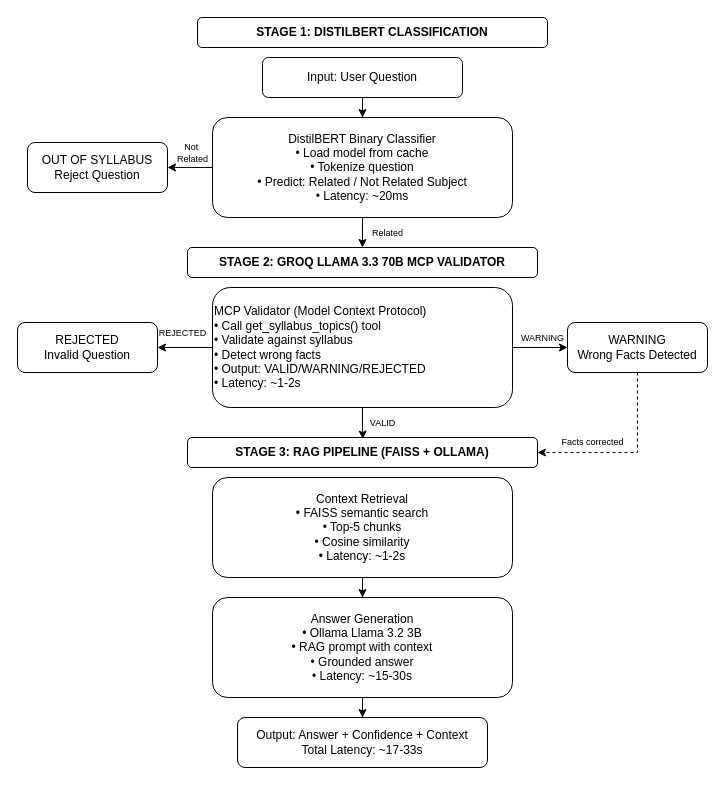
The draw.io diagram architecture/three_layer_pipeline.drawio in Rajalakshmi2110/academic_system, before the edit. Source tidied: cells renumbered, new cells numbered last; positions are measured from the earlier drawing's top-left corner, leaving out a move shared by most shapes. Both pictures are drawn from the tidied source at 100%, with x=0, y=0 at pixel (17, 17).
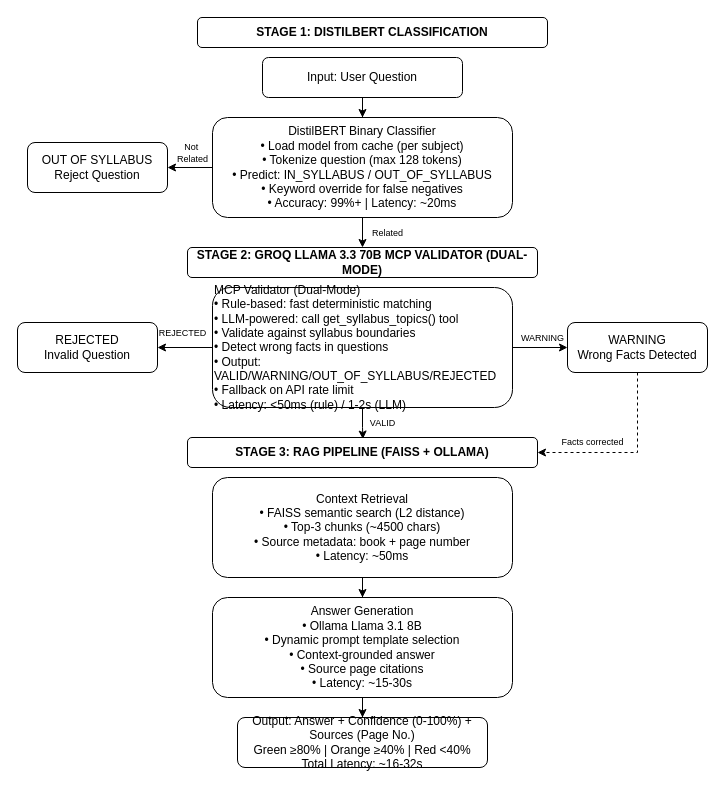
Above is the later version.

Commit message:
fix: update three-layer pipeline diagram

- Llama 3.2 3B -> Llama 3.1 8B
- Top-5 -> Top-3 chunks, cosine -> L2 distance
- Add keyword override, 99%+ accuracy to Stage 1
- Add dual-mode (rule-based + LLM) and fallback to Stage 2
- Add OUT_OF_SYLLABUS status to Stage 2
- Add source page citations, dynamic prompts to Stage 3
- Update confidence thresholds: green>=80%, orange>=40%, red<40%
- Fix total latency: 16-32s

Change to the diagram source:
```diff
@@
-    <mxCell id="4" value="DistilBERT Binary Classifier&lt;br&gt;• Load model from cache&lt;br&gt;• Tokenize question&lt;br&gt;• Predict: Related / Not Related Subject&lt;br&gt;• Latency: ~20ms" style="rounded=1;whiteSpace=wrap;html=1;align=center;" parent="1" vertex="1">
+    <mxCell id="4" value="DistilBERT Binary Classifier&lt;br&gt;• Load model from cache (per subject)&lt;br&gt;• Tokenize question (max 128 tokens)&lt;br&gt;• Predict: IN_SYLLABUS / OUT_OF_SYLLABUS&lt;br&gt;• Keyword override for false negatives&lt;br&gt;• Accuracy: 99%+ | Latency: ~20ms" style="rounded=1;whiteSpace=wrap;html=1;align=center;" parent="1" vertex="1">
       <mxGeometry x="195" y="100" width="300" height="100" as="geometry" />
     </mxCell>
@@
-    <mxCell id="6" value="STAGE 2: GROQ LLAMA 3.3 70B MCP VALIDATOR" style="rounded=1;whiteSpace=wrap;html=1;fontStyle=1;" parent="1" vertex="1">
+    <mxCell id="6" value="STAGE 2: GROQ LLAMA 3.3 70B MCP VALIDATOR (DUAL-MODE)" style="rounded=1;whiteSpace=wrap;html=1;fontStyle=1;" parent="1" vertex="1">
       <mxGeometry x="170" y="230" width="350" height="30" as="geometry" />
     </mxCell>
-    <mxCell id="7" value="MCP Validator (Model Context Protocol)&lt;br&gt;• Call get_syllabus_topics() tool&lt;br&gt;• Validate against syllabus&lt;br&gt;• Detect wrong facts&lt;br&gt;• Output: VALID/WARNING/REJECTED&lt;br&gt;• Latency: ~1-2s" style="rounded=1;whiteSpace=wrap;html=1;align=left;" parent="1" vertex="1">
+    <mxCell id="7" value="MCP Validator (Dual-Mode)&lt;br&gt;• Rule-based: fast deterministic matching&lt;br&gt;• LLM-powered: call get_syllabus_topics() tool&lt;br&gt;• Validate against syllabus boundaries&lt;br&gt;• Detect wrong facts in questions&lt;br&gt;• Output: VALID/WARNING/OUT_OF_SYLLABUS/REJECTED&lt;br&gt;• Fallback on API rate limit&lt;br&gt;• Latency: &amp;lt;50ms (rule) / 1-2s (LLM)" style="rounded=1;whiteSpace=wrap;html=1;align=left;" parent="1" vertex="1">
       <mxGeometry x="195" y="270" width="300" height="120" as="geometry" />
     </mxCell>
@@
-    <mxCell id="11" value="Context Retrieval&lt;br&gt;• FAISS semantic search&lt;br&gt;• Top-5 chunks&lt;br&gt;• Cosine similarity&lt;br&gt;• Latency: ~1-2s" style="rounded=1;whiteSpace=wrap;html=1;align=center;" parent="1" vertex="1">
+    <mxCell id="11" value="Context Retrieval&lt;br&gt;• FAISS semantic search (L2 distance)&lt;br&gt;• Top-3 chunks (~4500 chars)&lt;br&gt;• Source metadata: book + page number&lt;br&gt;• Latency: ~50ms" style="rounded=1;whiteSpace=wrap;html=1;align=center;" parent="1" vertex="1">
       <mxGeometry x="195" y="460" width="300" height="100" as="geometry" />
     </mxCell>
-    <mxCell id="12" value="Answer Generation&lt;br&gt;• Ollama Llama 3.2 3B&lt;br&gt;• RAG prompt with context&lt;br&gt;• Grounded answer&lt;br&gt;• Latency: ~15-30s" style="rounded=1;whiteSpace=wrap;html=1;align=center;" parent="1" vertex="1">
+    <mxCell id="12" value="Answer Generation&lt;br&gt;• Ollama Llama 3.1 8B&lt;br&gt;• Dynamic prompt template selection&lt;br&gt;• Context-grounded answer&lt;br&gt;• Source page citations&lt;br&gt;• Latency: ~15-30s" style="rounded=1;whiteSpace=wrap;html=1;align=center;" parent="1" vertex="1">
       <mxGeometry x="195" y="580" width="300" height="100" as="geometry" />
     </mxCell>
-    <mxCell id="13" value="Output: Answer + Confidence + Context&lt;br&gt;Total Latency: ~17-33s" style="rounded=1;whiteSpace=wrap;html=1;" parent="1" vertex="1">
+    <mxCell id="13" value="Output: Answer + Confidence (0-100%) + Sources (Page No.)&lt;br&gt;Green ≥80% | Orange ≥40% | Red &amp;lt;40%&lt;br&gt;Total Latency: ~16-32s" style="rounded=1;whiteSpace=wrap;html=1;" parent="1" vertex="1">
       <mxGeometry x="220" y="700" width="250" height="50" as="geometry" />
     </mxCell>
```
